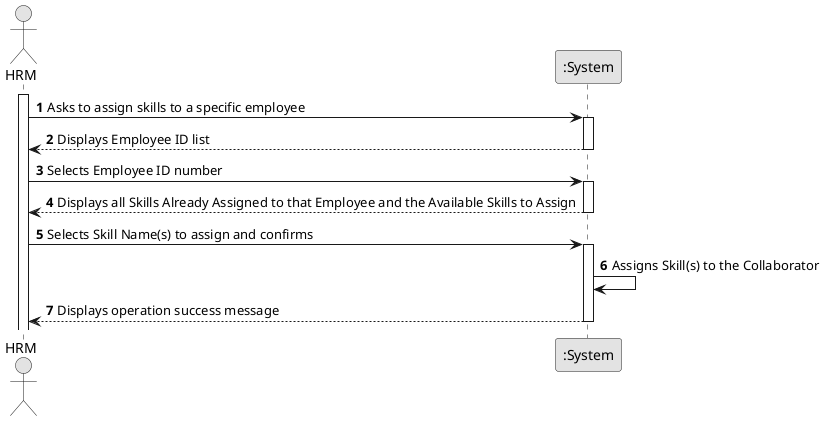
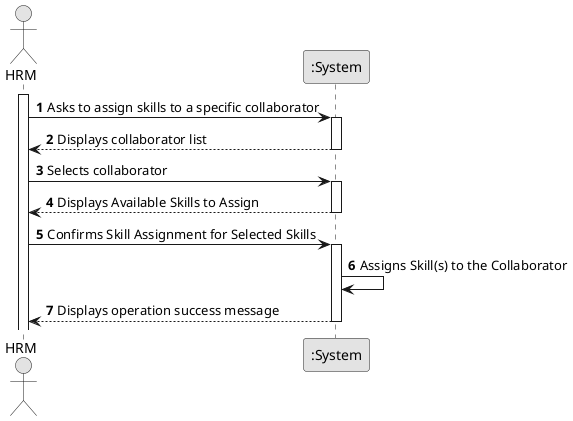
@startuml
skinparam monochrome true
skinparam packageStyle rectangle
skinparam shadowing false

autonumber

actor "HRM" as HRManager
participant ":System" as System

activate HRManager

- HRManager -> System : Asks to assign skills to a specific employee
+ HRManager -> System : Asks to assign skills to a specific collaborator
activate System

- System --> HRManager :  Displays Employee ID list
+ System --> HRManager :  Displays collaborator list
deactivate System

- HRManager -> System : Selects Employee ID number
+ HRManager -> System : Selects collaborator
activate System

- System --> HRManager : Displays all Skills Already Assigned to that Employee and the Available Skills to Assign
+ System --> HRManager : Displays Available Skills to Assign
deactivate System

- HRManager -> System : Selects Skill Name(s) to assign and confirms
+ HRManager -> System : Confirms Skill Assignment for Selected Skills
activate System

System -> System : Assigns Skill(s) to the Collaborator
System --> HRManager : Displays operation success message

deactivate System
@enduml
